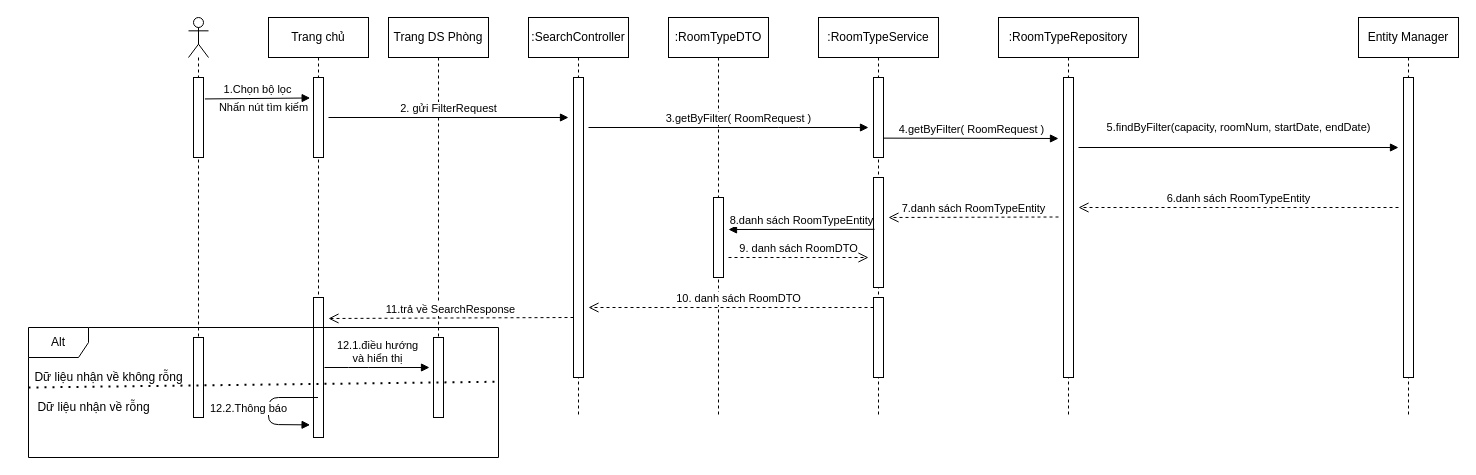
Above: document_slide/sequence/search_sequence_4.0.drawio in minhdat1602/2021_cnpm_group09 (draw.io), before the change. Source tidied: cells renumbered, new cells numbered last; positions are measured from the earlier drawing's top-left corner, leaving out a move shared by most shapes. Both pictures are drawn from the tidied source at 100%, with x=0, y=0 at pixel (28, 17).
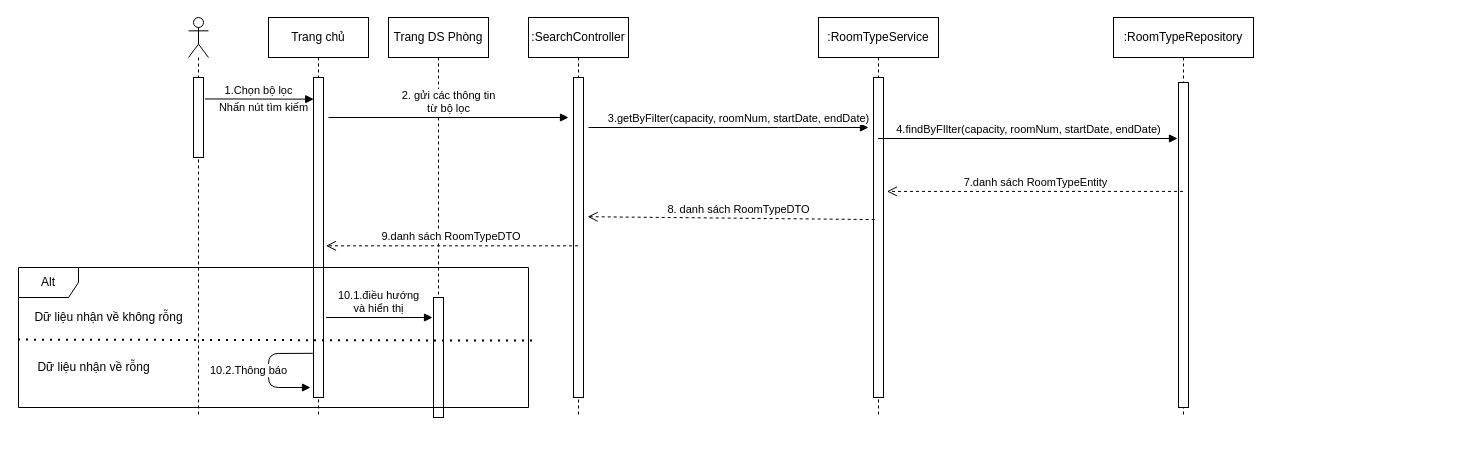
After the change.

The change refers to these unchanged cells:
```xml
<mxCell id="4" value=":SearchController" style="shape=umlLifeline;perimeter=lifelinePerimeter;whiteSpace=wrap;html=1;outlineConnect=0;" parent="1" vertex="1">
  <mxGeometry x="500" width="100" height="400" as="geometry" />
</mxCell>
<mxCell id="6" value=":RoomTypeService" style="shape=umlLifeline;perimeter=lifelinePerimeter;whiteSpace=wrap;html=1;outlineConnect=0;" parent="1" vertex="1">
  <mxGeometry x="790" width="120" height="400" as="geometry" />
</mxCell>
<mxCell id="10" value="Trang chủ" style="shape=umlLifeline;perimeter=lifelinePerimeter;whiteSpace=wrap;html=1;outlineConnect=0;" parent="1" vertex="1">
  <mxGeometry x="240" width="100" height="400" as="geometry" />
</mxCell>
<mxCell id="12" value="&lt;font style=&quot;font-size: 11px&quot;&gt;Nhấn nút tìm kiếm&lt;/font&gt;" style="text;html=1;align=center;verticalAlign=middle;points=[];strokeColor=none;" parent="1" vertex="1">
  <mxGeometry x="180" y="80" width="110" height="20" as="geometry" />
</mxCell>
<mxCell id="31" style="html=1;points=[];perimeter=orthogonalPerimeter;" parent="1" vertex="1">
  <mxGeometry x="165" y="60" width="10" height="80" as="geometry" />
</mxCell>
```

Change to the diagram source:
```diff
@@
-    <mxCell id="3" value=":RoomTypeDTO" style="shape=umlLifeline;perimeter=lifelinePerimeter;whiteSpace=wrap;html=1;" parent="1" vertex="1">
-      <mxGeometry x="640" width="100" height="400" as="geometry" />
-    </mxCell>
@@
     <mxCell id="5" style="html=1;points=[];perimeter=orthogonalPerimeter;" parent="4" vertex="1">
-      <mxGeometry x="45" y="60" width="10" height="300" as="geometry" />
+      <mxGeometry x="45" y="60" width="10" height="320" as="geometry" />
     </mxCell>
@@
     <mxCell id="7" value=":RoomTypeRepository" style="shape=umlLifeline;perimeter=lifelinePerimeter;whiteSpace=wrap;html=1;outlineConnect=0;" parent="1" vertex="1">
-      <mxGeometry x="970" width="140" height="400" as="geometry" />
+      <mxGeometry x="1085" width="140" height="400" as="geometry" />
     </mxCell>
-    <mxCell id="8" value="Entity Manager" style="shape=umlLifeline;perimeter=lifelinePerimeter;whiteSpace=wrap;html=1;" parent="1" vertex="1">
-      <mxGeometry x="1330" width="100" height="400" as="geometry" />
-    </mxCell>
-    <mxCell id="9" style="html=1;perimeter=orthogonalPerimeter;" parent="8" vertex="1">
-      <mxGeometry x="45" y="60" width="10" height="300" as="geometry" />
-    </mxCell>
@@
     <mxCell id="11" style="html=1;points=[];perimeter=orthogonalPerimeter;" parent="10" vertex="1">
-      <mxGeometry x="45" y="60" width="10" height="80" as="geometry" />
+      <mxGeometry x="45" y="60" width="10" height="320" as="geometry" />
     </mxCell>
@@
-    <mxCell id="14" value="3.getByFilter( RoomRequest )" style="html=1;verticalAlign=bottom;endArrow=block;" parent="1" edge="1">
+    <mxCell id="14" value="3.getByFilter(capacity, roomNum, startDate, endDate)" style="html=1;verticalAlign=bottom;endArrow=block;" parent="1" edge="1">
       <mxGeometry x="0.07" relative="1" as="geometry">
         <mxPoint x="560" y="110" as="sourcePoint" />
         <mxPoint x="840" y="110" as="targetPoint" />
         <Array as="points">
           <mxPoint x="760" y="110" />
         </Array>
       </mxGeometry>
     </mxCell>
     <mxCell id="15" style="html=1;points=[];perimeter=orthogonalPerimeter;" parent="1" vertex="1">
-      <mxGeometry x="845" y="60" width="10" height="80" as="geometry" />
+      <mxGeometry x="845" y="60" width="10" height="320" as="geometry" />
     </mxCell>
-    <mxCell id="16" value="4.getByFilter( RoomRequest )" style="html=1;verticalAlign=bottom;endArrow=block;exitX=1;exitY=0.758;exitDx=0;exitDy=0;exitPerimeter=0;" parent="1" edge="1" source="15">
+    <mxCell id="16" value="4.findByFIlter(capacity, roomNum, startDate, endDate)" style="html=1;verticalAlign=bottom;endArrow=block;" parent="1" edge="1" source="6">
       <mxGeometry relative="1" as="geometry">
-        <mxPoint x="1030" y="121" as="targetPoint" />
+        <mxPoint x="1149" y="121" as="targetPoint" />
       </mxGeometry>
     </mxCell>
     <mxCell id="17" style="html=1;perimeter=orthogonalPerimeter;" parent="1" vertex="1">
-      <mxGeometry x="1035" y="60" width="10" height="300" as="geometry" />
+      <mxGeometry x="1150" y="65" width="10" height="325" as="geometry" />
     </mxCell>
-    <mxCell id="18" value="&lt;p style=&quot;text-align: left&quot;&gt;5.findByFilter(capacity, roomNum, startDate, endDate)&lt;/p&gt;" style="html=1;verticalAlign=bottom;endArrow=block;" parent="1" edge="1">
-      <mxGeometry relative="1" as="geometry">
-        <mxPoint x="1050" y="130" as="sourcePoint" />
-        <mxPoint x="1370" y="130" as="targetPoint" />
-      </mxGeometry>
-    </mxCell>
-    <mxCell id="19" style="html=1;perimeter=orthogonalPerimeter;" parent="1" vertex="1">
-      <mxGeometry x="685" y="180" width="10" height="80" as="geometry" />
-    </mxCell>
-    <mxCell id="20" style="html=1;points=[];perimeter=orthogonalPerimeter;" parent="1" vertex="1">
-      <mxGeometry x="845" y="160" width="10" height="110" as="geometry" />
-    </mxCell>
-    <mxCell id="21" style="html=1;perimeter=orthogonalPerimeter;" parent="1" vertex="1">
-      <mxGeometry x="845" y="280" width="10" height="80" as="geometry" />
-    </mxCell>
-    <mxCell id="22" value="6.danh sách RoomTypeEntity" style="html=1;verticalAlign=bottom;endArrow=open;dashed=1;endSize=8;" parent="1" edge="1">
-      <mxGeometry relative="1" as="geometry">
-        <mxPoint x="1370" y="190" as="sourcePoint" />
-        <mxPoint x="1050" y="190" as="targetPoint" />
-      </mxGeometry>
-    </mxCell>
-    <mxCell id="23" value="7.danh sách RoomTypeEntity" style="html=1;verticalAlign=bottom;endArrow=open;dashed=1;endSize=8;" parent="1" edge="1">
-      <mxGeometry relative="1" as="geometry">
-        <mxPoint x="1030" y="199.5" as="sourcePoint" />
-        <mxPoint x="860" y="200" as="targetPoint" />
-      </mxGeometry>
+    <mxCell id="23" value="7.danh sách RoomTypeEntity" style="html=1;verticalAlign=bottom;endArrow=open;dashed=1;endSize=8;entryX=1.341;entryY=0.356;entryDx=0;entryDy=0;entryPerimeter=0;" parent="1" edge="1" source="7" target="15">
+      <mxGeometry relative="1" as="geometry" />
     </mxCell>
-    <mxCell id="24" value="8.danh sách RoomTypeEntity" style="html=1;verticalAlign=bottom;endArrow=block;exitX=0.1;exitY=0.471;exitDx=0;exitDy=0;exitPerimeter=0;" parent="1" edge="1" source="20">
-      <mxGeometry relative="1" as="geometry">
-        <mxPoint x="700" y="212" as="targetPoint" />
-      </mxGeometry>
-    </mxCell>
-    <mxCell id="25" value="9. danh sách RoomDTO" style="html=1;verticalAlign=bottom;endArrow=open;dashed=1;endSize=8;" parent="1" edge="1">
-      <mxGeometry relative="1" as="geometry">
-        <mxPoint x="700" y="240" as="sourcePoint" />
-        <mxPoint x="840" y="240" as="targetPoint" />
-      </mxGeometry>
-    </mxCell>
-    <mxCell id="26" value="10. danh sách RoomDTO" style="html=1;verticalAlign=bottom;endArrow=open;dashed=1;endSize=8;" parent="1" edge="1">
-      <mxGeometry x="-0.05" relative="1" as="geometry">
-        <mxPoint x="845" y="290" as="sourcePoint" />
-        <mxPoint x="560" y="290" as="targetPoint" />
-      </mxGeometry>
+    <mxCell id="26" value="8. danh sách RoomTypeDTO" style="html=1;verticalAlign=bottom;endArrow=open;dashed=1;endSize=8;exitX=0.118;exitY=0.444;exitDx=0;exitDy=0;exitPerimeter=0;entryX=1.412;entryY=0.435;entryDx=0;entryDy=0;entryPerimeter=0;" parent="1" edge="1" source="15" target="5">
+      <mxGeometry x="-0.05" relative="1" as="geometry" />
     </mxCell>
-    <mxCell id="27" style="html=1;points=[];perimeter=orthogonalPerimeter;" parent="1" vertex="1">
-      <mxGeometry x="285" y="280" width="10" height="140" as="geometry" />
-    </mxCell>
-    <mxCell id="28" value="11.trả về SearchResponse" style="html=1;verticalAlign=bottom;endArrow=open;dashed=1;endSize=8;" parent="1" edge="1">
-      <mxGeometry relative="1" as="geometry">
-        <mxPoint x="545" y="300" as="sourcePoint" />
-        <mxPoint x="300" y="301" as="targetPoint" />
-      </mxGeometry>
+    <mxCell id="28" value="9.danh sách RoomTypeDTO&amp;nbsp;" style="html=1;verticalAlign=bottom;endArrow=open;dashed=1;endSize=8;entryX=1.247;entryY=0.526;entryDx=0;entryDy=0;entryPerimeter=0;" parent="1" edge="1" source="4" target="11">
+      <mxGeometry relative="1" as="geometry" />
     </mxCell>
-    <mxCell id="29" value="12.1.điều hướng&lt;br&gt;và hiển thị" style="html=1;verticalAlign=bottom;endArrow=block;" parent="1" edge="1">
+    <mxCell id="29" value="10.1.điều hướng&lt;br&gt;và hiển thị" style="html=1;verticalAlign=bottom;endArrow=block;exitX=1.247;exitY=0.75;exitDx=0;exitDy=0;exitPerimeter=0;" parent="1" edge="1" source="11">
       <mxGeometry relative="1" as="geometry">
-        <mxPoint x="296" y="350" as="sourcePoint" />
-        <mxPoint x="401" y="350" as="targetPoint" />
-        <Array as="points">
-          <mxPoint x="330" y="350" />
-        </Array>
+        <mxPoint x="404" y="300" as="targetPoint" />
       </mxGeometry>
     </mxCell>
     <mxCell id="30" style="html=1;perimeter=orthogonalPerimeter;" parent="1" vertex="1">
-      <mxGeometry x="405" y="320" width="10" height="80" as="geometry" />
+      <mxGeometry x="405" y="280" width="10" height="120" as="geometry" />
     </mxCell>
@@
-    <mxCell id="32" value="1.Chọn bộ lọc" style="html=1;verticalAlign=bottom;endArrow=block;entryX=-0.333;entryY=0.256;entryDx=0;entryDy=0;entryPerimeter=0;exitX=1.14;exitY=0.268;exitDx=0;exitDy=0;exitPerimeter=0;" parent="1" edge="1" source="31" target="11">
+    <mxCell id="32" value="1.Chọn bộ lọc" style="html=1;verticalAlign=bottom;endArrow=block;entryX=0.957;entryY=0.082;entryDx=0;entryDy=0;entryPerimeter=0;exitX=1.14;exitY=0.268;exitDx=0;exitDy=0;exitPerimeter=0;" parent="1" edge="1" source="31" target="12">
       <mxGeometry relative="1" as="geometry" />
     </mxCell>
-    <mxCell id="33" style="html=1;perimeter=orthogonalPerimeter;" parent="1" vertex="1">
-      <mxGeometry x="165" y="320" width="10" height="80" as="geometry" />
-    </mxCell>
-    <mxCell id="34" value="12.2.Thông báo" style="html=1;verticalAlign=bottom;endArrow=block;entryX=-0.34;entryY=0.91;entryDx=0;entryDy=0;entryPerimeter=0;" parent="1" edge="1" source="10" target="27">
+    <mxCell id="34" value="10.2.Thông báo" style="html=1;verticalAlign=bottom;endArrow=block;exitX=-0.071;exitY=0.862;exitDx=0;exitDy=0;exitPerimeter=0;" parent="1" edge="1" source="11">
       <mxGeometry x="0.15" y="-20" relative="1" as="geometry">
+        <mxPoint x="282" y="370" as="targetPoint" />
         <Array as="points">
-          <mxPoint x="240" y="380" />
-          <mxPoint x="240" y="407" />
+          <mxPoint x="240" y="336" />
+          <mxPoint x="240" y="370" />
         </Array>
         <mxPoint y="1" as="offset" />
       </mxGeometry>
     </mxCell>
     <mxCell id="35" value="Alt" style="shape=umlFrame;whiteSpace=wrap;html=1;" parent="1" vertex="1">
-      <mxGeometry y="310" width="470" height="130" as="geometry" />
+      <mxGeometry x="-10" y="250" width="510" height="140" as="geometry" />
     </mxCell>
-    <mxCell id="36" style="endArrow=none;dashed=1;html=1;dashPattern=1 3;strokeWidth=2;entryX=1;entryY=0.417;entryDx=0;entryDy=0;entryPerimeter=0;" parent="1" edge="1" target="35">
-      <mxGeometry relative="1" as="geometry">
-        <mxPoint y="370" as="sourcePoint" />
-      </mxGeometry>
+    <mxCell id="36" style="endArrow=none;dashed=1;html=1;dashPattern=1 3;strokeWidth=2;entryX=1.008;entryY=0.522;entryDx=0;entryDy=0;entryPerimeter=0;exitX=-0.001;exitY=0.515;exitDx=0;exitDy=0;exitPerimeter=0;" parent="1" edge="1" source="35" target="35">
+      <mxGeometry relative="1" as="geometry" />
     </mxCell>
     <mxCell id="37" value="Dữ liệu nhận về rỗng" style="text;html=1;align=center;verticalAlign=middle;strokeColor=none;" parent="1" vertex="1">
-      <mxGeometry y="380" width="130" height="20" as="geometry" />
+      <mxGeometry y="340" width="130" height="20" as="geometry" />
     </mxCell>
     <mxCell id="38" value="Dữ liệu nhận về không rỗng" style="text;html=1;align=center;verticalAlign=middle;strokeColor=none;" parent="1" vertex="1">
-      <mxGeometry y="350" width="160" height="20" as="geometry" />
+      <mxGeometry y="290" width="160" height="20" as="geometry" />
     </mxCell>
-    <mxCell id="39" value="2. gửi FilterRequest" style="html=1;verticalAlign=bottom;endArrow=block;" parent="1" edge="1">
+    <mxCell id="39" value="2. gửi các thông tin&lt;br&gt;từ bộ lọc" style="html=1;verticalAlign=bottom;endArrow=block;" parent="1" edge="1">
       <mxGeometry relative="1" as="geometry">
         <mxPoint x="300" y="100" as="sourcePoint" />
         <mxPoint x="540" y="100" as="targetPoint" />
       </mxGeometry>
     </mxCell>
```
